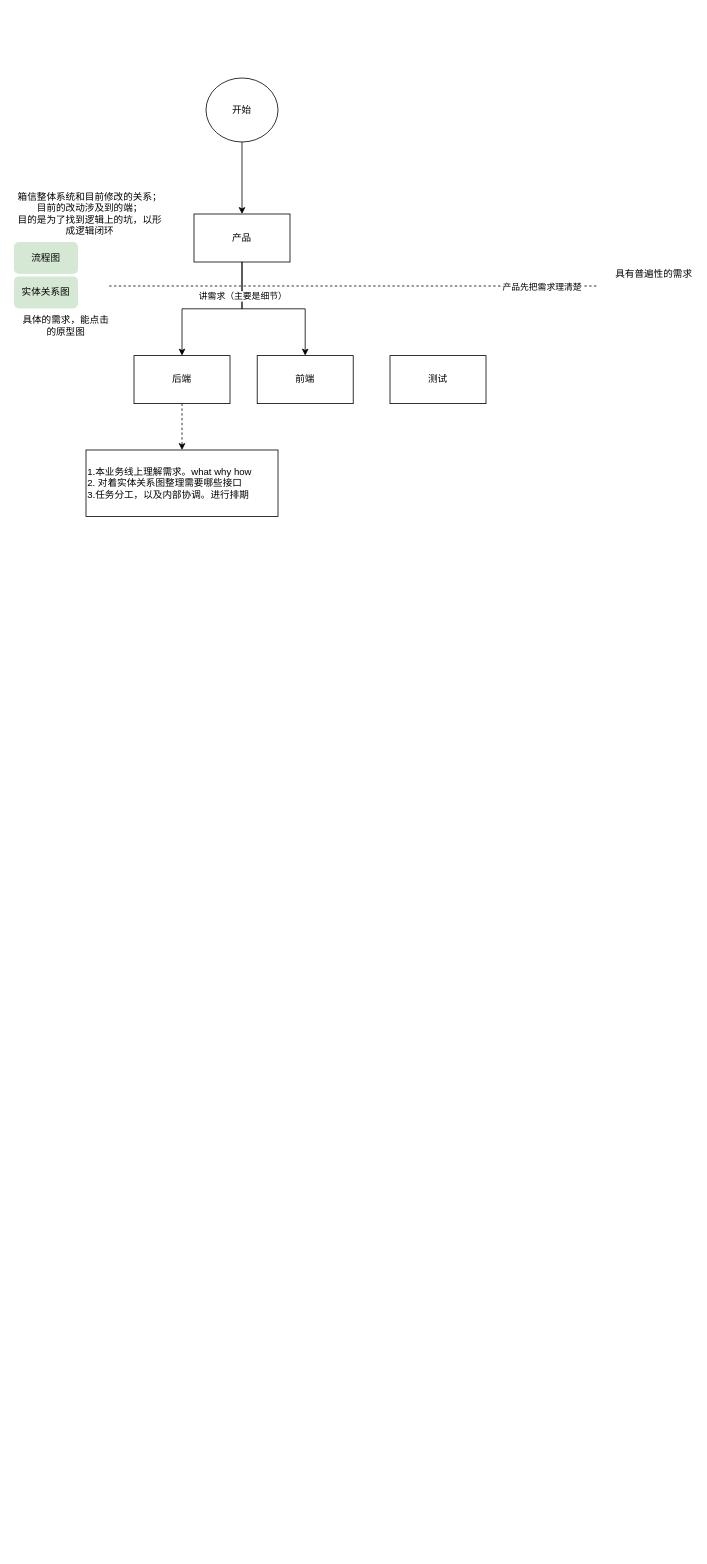
Before: 协调/20210424目前遇到的坑.drawio in gongyao1992/draw, a draw.io diagram. Source tidied: cells renumbered, new cells numbered last; positions are measured from the earlier drawing's top-left corner, leaving out a move shared by most shapes. Both pictures are drawn from the tidied source at 80%, with x=0, y=0 at pixel (14, 78).
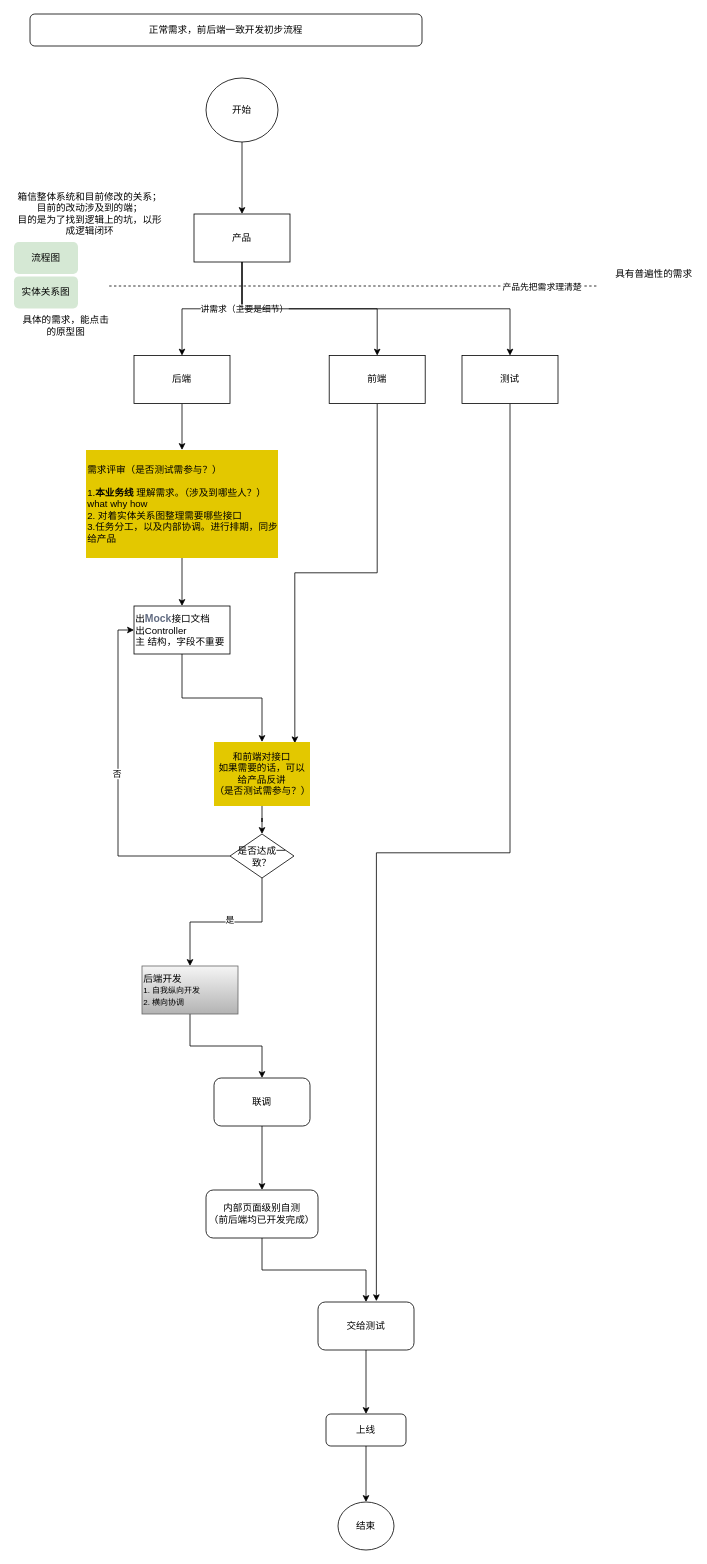
The same diagram, later.

Commit message (it also covers changes not shown here):
更新协调/20210424目前遇到的坑.drawio

Unchanged cells that the change refers to:
```xml
<mxCell id="7" value="产品" style="whiteSpace=wrap;html=1;" parent="1" vertex="1">
  <mxGeometry x="225" y="170" width="120" height="60" as="geometry" />
</mxCell>
<mxCell id="9" value="后端" style="whiteSpace=wrap;html=1;" parent="1" vertex="1">
  <mxGeometry x="150" y="347" width="120" height="60" as="geometry" />
</mxCell>
```

The edit, as a diff of the source:
```diff
@@
+    <mxCell id="20" style="edgeStyle=orthogonalEdgeStyle;rounded=0;jettySize=auto;html=1;exitX=0.5;exitY=1;exitDx=0;exitDy=0;entryX=0.5;entryY=0;entryDx=0;entryDy=0;" parent="1" edge="1" source="7" target="11">
+      <mxGeometry relative="1" as="geometry" />
+    </mxCell>
@@
-    <mxCell id="8" style="edgeStyle=orthogonalEdgeStyle;rounded=0;jettySize=auto;html=1;dashed=1;" parent="1" edge="1" source="9" target="15">
+    <mxCell id="8" style="edgeStyle=orthogonalEdgeStyle;rounded=0;jettySize=auto;html=1;" parent="1" edge="1" source="9" target="15">
       <mxGeometry relative="1" as="geometry" />
     </mxCell>
@@
+    <mxCell id="21" style="edgeStyle=orthogonalEdgeStyle;rounded=0;jettySize=auto;html=1;exitX=0.5;exitY=1;exitDx=0;exitDy=0;entryX=0.842;entryY=0.02;entryDx=0;entryDy=0;entryPerimeter=0;" parent="1" edge="1" source="10" target="27">
+      <mxGeometry relative="1" as="geometry" />
+    </mxCell>
     <mxCell id="10" value="前端" style="whiteSpace=wrap;html=1;" parent="1" vertex="1">
-      <mxGeometry x="304" y="347" width="120" height="60" as="geometry" />
+      <mxGeometry x="394" y="347" width="120" height="60" as="geometry" />
     </mxCell>
+    <mxCell id="22" style="edgeStyle=orthogonalEdgeStyle;rounded=0;jettySize=auto;html=1;exitX=0.5;exitY=1;exitDx=0;exitDy=0;entryX=0.608;entryY=-0.017;entryDx=0;entryDy=0;entryPerimeter=0;" parent="1" edge="1" source="11" target="40">
+      <mxGeometry relative="1" as="geometry" />
+    </mxCell>
     <mxCell id="11" value="测试" style="whiteSpace=wrap;html=1;" parent="1" vertex="1">
-      <mxGeometry x="470" y="347" width="120" height="60" as="geometry" />
+      <mxGeometry x="560" y="347" width="120" height="60" as="geometry" />
     </mxCell>
@@
+    <mxCell id="23" style="edgeStyle=orthogonalEdgeStyle;rounded=0;jettySize=auto;html=1;" parent="1" edge="1" source="15" target="25">
+      <mxGeometry relative="1" as="geometry" />
+    </mxCell>
-    <mxCell id="15" value="1.本业务线上理解需求。what why how&lt;br&gt;2. 对着实体关系图整理需要哪些接口&lt;br&gt;3.任务分工，以及内部协调。进行排期" style="whiteSpace=wrap;html=1;align=left;" parent="1" vertex="1">
-      <mxGeometry x="90" y="465" width="240" height="83" as="geometry" />
+    <mxCell id="15" value="需求评审（是否测试需参与？）&lt;br&gt;&lt;br&gt;1.&lt;b&gt;本业务线&amp;nbsp;&lt;/b&gt;理解需求。（涉及到哪些人？）what why how&lt;br&gt;2. 对着实体关系图整理需要哪些接口&lt;br&gt;3.任务分工，以及内部协调。进行排期，同步给产品" style="whiteSpace=wrap;html=1;align=left;fillColor=#e3c800;fontColor=#000000;strokeColor=none;" parent="1" vertex="1">
+      <mxGeometry x="90" y="465" width="240" height="135" as="geometry" />
     </mxCell>
@@
+    <mxCell id="24" style="edgeStyle=orthogonalEdgeStyle;rounded=0;jettySize=auto;html=1;" parent="1" edge="1" source="25" target="27">
+      <mxGeometry relative="1" as="geometry" />
+    </mxCell>
+    <mxCell id="25" value="出&lt;span style=&quot;color: rgba(13 , 27 , 62 , 0.65) ; font-family: , , &amp;#34;segoe ui&amp;#34; , &amp;#34;roboto&amp;#34; , &amp;#34;helvetica neue&amp;#34; , &amp;#34;helvetica&amp;#34; , &amp;#34;pingfang sc&amp;#34; , &amp;#34;hiragino sans gb&amp;#34; , &amp;#34;microsoft yahei&amp;#34; , &amp;#34;simsun&amp;#34; , sans-serif ; font-size: 13px ; font-weight: 700 ; background-color: rgb(255 , 255 , 255)&quot;&gt;Mock&lt;/span&gt;接口文档&lt;br&gt;出Controller&lt;br&gt;主 结构，字段不重要" style="whiteSpace=wrap;html=1;align=left;" parent="1" vertex="1">
+      <mxGeometry x="150" y="660" width="120" height="60" as="geometry" />
+    </mxCell>
+    <mxCell id="26" style="edgeStyle=orthogonalEdgeStyle;rounded=0;jettySize=auto;html=1;" parent="1" edge="1" source="27" target="32">
+      <mxGeometry relative="1" as="geometry" />
+    </mxCell>
+    <mxCell id="27" value="和前端对接口&lt;br&gt;如果需要的话，可以给产品反讲&lt;br&gt;（是否测试需参与？）" style="whiteSpace=wrap;html=1;align=center;fillColor=#e3c800;fontColor=#000000;strokeColor=none;" parent="1" vertex="1">
+      <mxGeometry x="250" y="830" width="120" height="80" as="geometry" />
+    </mxCell>
+    <mxCell id="28" style="edgeStyle=orthogonalEdgeStyle;rounded=0;jettySize=auto;html=1;" parent="1" edge="1" source="32" target="34">
+      <mxGeometry relative="1" as="geometry" />
+    </mxCell>
+    <mxCell id="29" value="是" style="edgeLabel;html=1;align=center;verticalAlign=middle;" parent="28" vertex="1">
+      <mxGeometry x="-0.04" y="-3" relative="1" as="geometry" />
+    </mxCell>
+    <mxCell id="30" style="edgeStyle=orthogonalEdgeStyle;rounded=0;jettySize=auto;html=1;exitX=0;exitY=0.5;exitDx=0;exitDy=0;entryX=0;entryY=0.5;entryDx=0;entryDy=0;" parent="1" edge="1" source="32" target="25">
+      <mxGeometry relative="1" as="geometry" />
+    </mxCell>
+    <mxCell id="31" value="否" style="edgeLabel;html=1;align=center;verticalAlign=middle;" parent="30" vertex="1">
+      <mxGeometry x="0.1" y="2" relative="1" as="geometry" />
+    </mxCell>
+    <mxCell id="32" value="是否达成一致？" style="rhombus;whiteSpace=wrap;html=1;" parent="1" vertex="1">
+      <mxGeometry x="270" y="945" width="80" height="55" as="geometry" />
+    </mxCell>
+    <mxCell id="33" style="edgeStyle=orthogonalEdgeStyle;rounded=0;jettySize=auto;html=1;exitX=0.5;exitY=1;exitDx=0;exitDy=0;entryX=0.5;entryY=0;entryDx=0;entryDy=0;" parent="1" edge="1" source="34" target="36">
+      <mxGeometry relative="1" as="geometry" />
+    </mxCell>
+    <mxCell id="34" value="后端开发&lt;br&gt;&lt;font size=&quot;1&quot;&gt;1. 自我纵向开发&lt;br&gt;2. 横向协调&lt;br&gt;&lt;/font&gt;" style="whiteSpace=wrap;html=1;align=left;fillColor=#f5f5f5;strokeColor=#666666;gradientColor=#B3B3B3;" parent="1" vertex="1">
+      <mxGeometry x="160" y="1110" width="120" height="60" as="geometry" />
+    </mxCell>
+    <mxCell id="35" style="edgeStyle=orthogonalEdgeStyle;rounded=0;jettySize=auto;html=1;" parent="1" edge="1" source="36" target="38">
+      <mxGeometry relative="1" as="geometry" />
+    </mxCell>
+    <mxCell id="36" value="联调" style="rounded=1;whiteSpace=wrap;html=1;" parent="1" vertex="1">
+      <mxGeometry x="250" y="1250" width="120" height="60" as="geometry" />
+    </mxCell>
+    <mxCell id="37" style="edgeStyle=orthogonalEdgeStyle;rounded=0;jettySize=auto;html=1;exitX=0.5;exitY=1;exitDx=0;exitDy=0;entryX=0.5;entryY=0;entryDx=0;entryDy=0;" parent="1" edge="1" source="38" target="40">
+      <mxGeometry relative="1" as="geometry" />
+    </mxCell>
+    <mxCell id="38" value="内部页面级别自测&lt;br&gt;（前后端均已开发完成）" style="whiteSpace=wrap;html=1;rounded=1;" parent="1" vertex="1">
+      <mxGeometry x="240" y="1390" width="140" height="60" as="geometry" />
+    </mxCell>
+    <mxCell id="39" style="edgeStyle=orthogonalEdgeStyle;rounded=0;jettySize=auto;html=1;" parent="1" edge="1" source="40" target="43">
+      <mxGeometry relative="1" as="geometry" />
+    </mxCell>
+    <mxCell id="40" value="交给测试" style="rounded=1;whiteSpace=wrap;html=1;" parent="1" vertex="1">
+      <mxGeometry x="380" y="1530" width="120" height="60" as="geometry" />
+    </mxCell>
+    <mxCell id="41" value="正常需求，前后端一致开发初步流程" style="rounded=1;whiteSpace=wrap;html=1;" parent="1" vertex="1">
+      <mxGeometry x="20" y="-80" width="490" height="40" as="geometry" />
+    </mxCell>
+    <mxCell id="42" style="edgeStyle=orthogonalEdgeStyle;rounded=0;jettySize=auto;html=1;" parent="1" edge="1" source="43" target="44">
+      <mxGeometry relative="1" as="geometry" />
+    </mxCell>
+    <mxCell id="43" value="上线" style="rounded=1;whiteSpace=wrap;html=1;" parent="1" vertex="1">
+      <mxGeometry x="390" y="1670" width="100" height="40" as="geometry" />
+    </mxCell>
+    <mxCell id="44" value="结束" style="ellipse;whiteSpace=wrap;html=1;rounded=1;" parent="1" vertex="1">
+      <mxGeometry x="405" y="1780" width="70" height="60" as="geometry" />
+    </mxCell>
```
